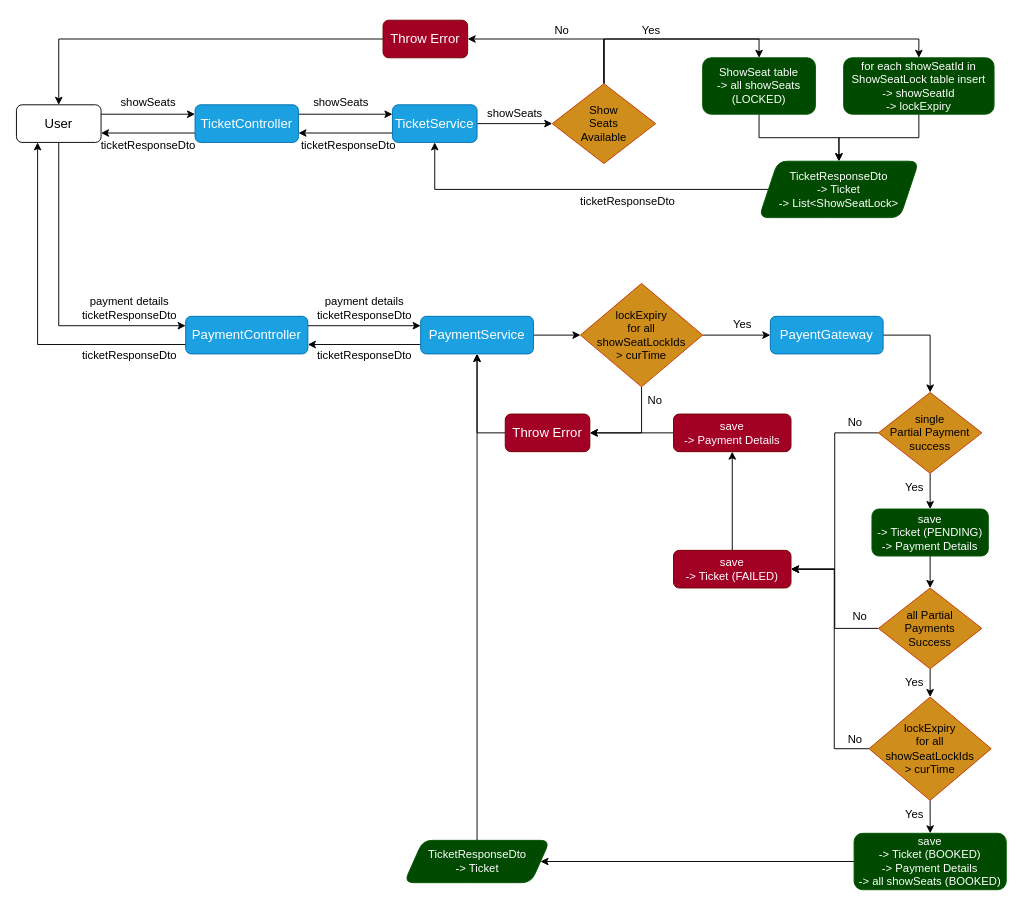
Before: book-my-show.drawio in vipuludaay/book-my-show-service, a draw.io diagram. Source tidied: cells renumbered, new cells numbered last; positions are measured from the earlier drawing's top-left corner, leaving out a move shared by most shapes. Both pictures are drawn from the tidied source at 94%, with x=0, y=0 at pixel (16, 16).
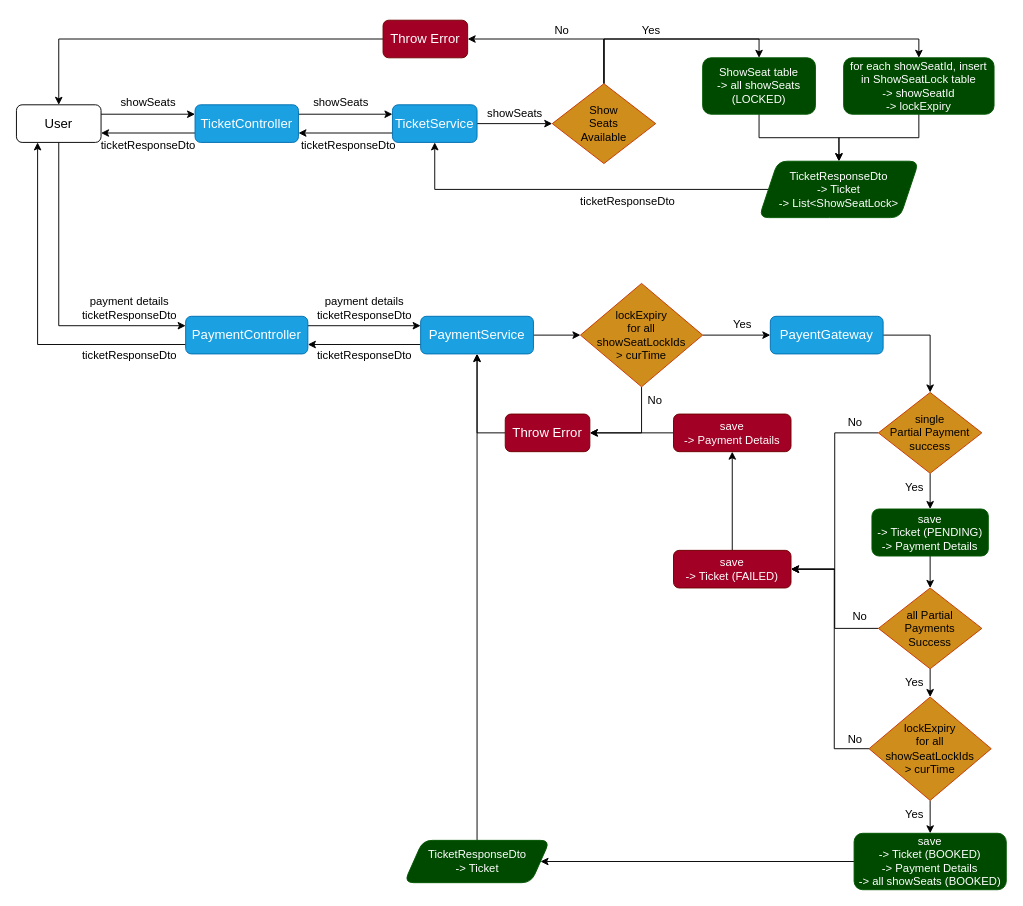
Above is the later version.

What changed in the source:
```diff
@@
-    <mxCell id="24" value="&lt;font style=&quot;font-size: 12px;&quot;&gt;for each showSeatId in ShowSeatLock table insert&lt;br&gt;-&amp;gt; showSeatId&lt;br&gt;-&amp;gt; lockExpiry&lt;/font&gt;" style="rounded=1;whiteSpace=wrap;html=1;fillColor=#004A00;strokeColor=#005700;fontColor=#ffffff;" parent="1" vertex="1">
+    <mxCell id="24" value="&lt;font style=&quot;font-size: 12px;&quot;&gt;for each showSeatId, insert&lt;br&gt;in ShowSeatLock table&lt;br&gt;-&amp;gt; showSeatId&lt;br&gt;-&amp;gt; lockExpiry&lt;/font&gt;" style="rounded=1;whiteSpace=wrap;html=1;fillColor=#004A00;strokeColor=#005700;fontColor=#ffffff;" parent="1" vertex="1">
       <mxGeometry x="880" y="44" width="160" height="60" as="geometry" />
     </mxCell>
```
